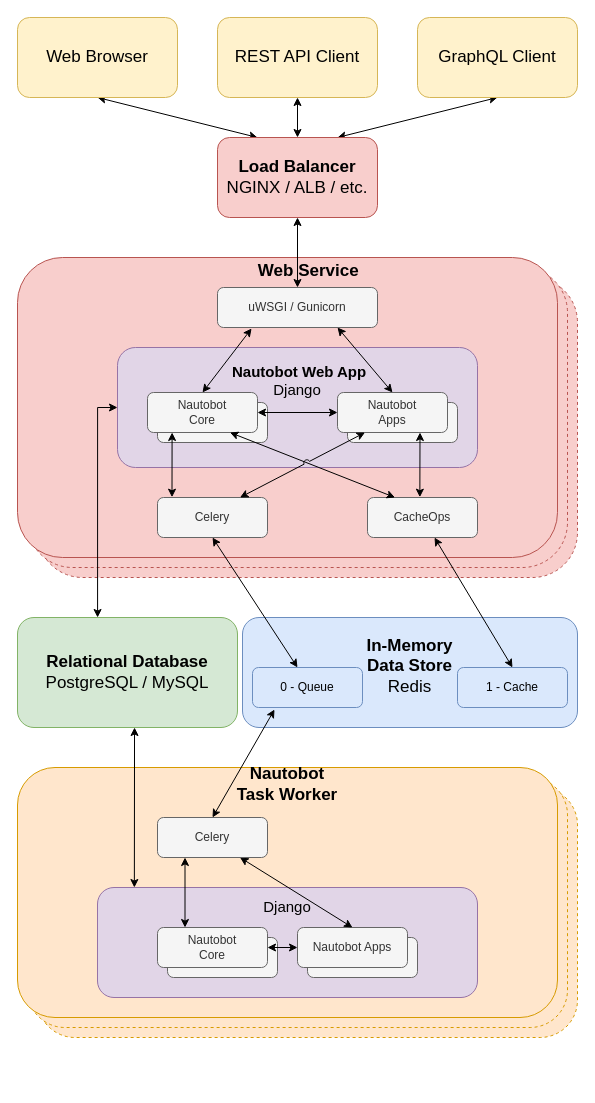
The draw.io diagram nautobot/docs/media/nautobot_application_stack_low_level.drawio in nautobot/nautobot, before the edit. Source tidied: cells renumbered, new cells numbered last; positions are measured from the earlier drawing's top-left corner, leaving out a move shared by most shapes. Both pictures are drawn from the tidied source at 100%, with x=0, y=0 at pixel (17, 17).
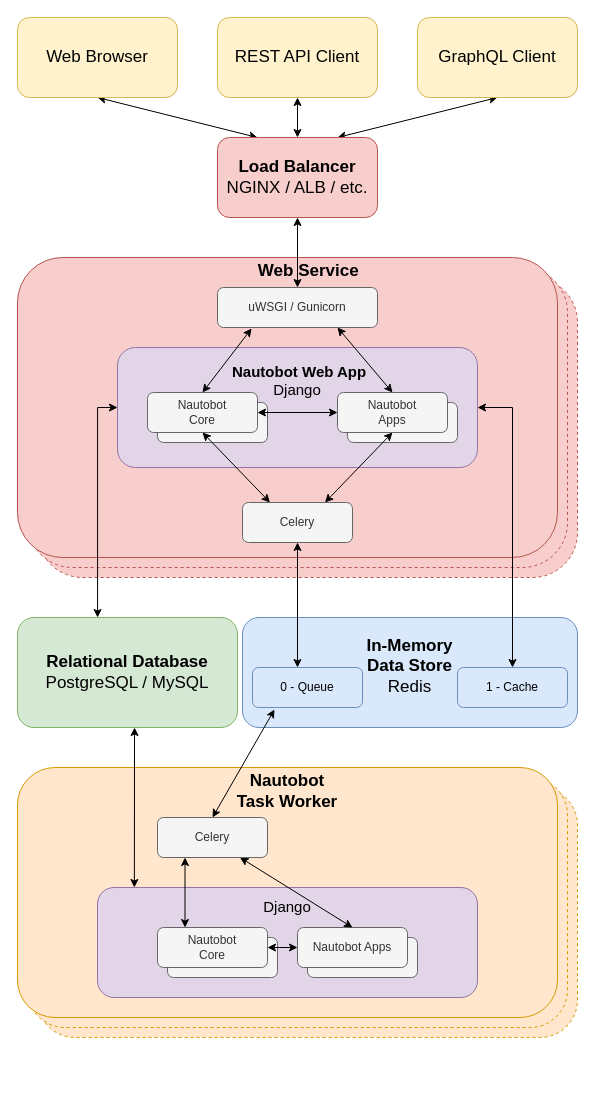
Above is the later version.

Commit message (it also covers changes not shown here):
Removed CacheOps reference from application stack diagram.

The change refers to these unchanged cells:
```xml
<mxCell id="5" value="&lt;font style=&quot;font-size: 15px&quot;&gt;&lt;b&gt;&amp;nbsp;Nautobot Web App&lt;/b&gt;&lt;br&gt;Django&lt;br&gt;&lt;br&gt;&lt;br&gt;&lt;br&gt;&lt;/font&gt;" style="rounded=1;whiteSpace=wrap;html=1;fillColor=#e1d5e7;strokeColor=#9673a6;" parent="1" vertex="1">
  <mxGeometry x="100" y="330" width="360" height="120" as="geometry" />
</mxCell>
<mxCell id="17" value="1 - Cache" style="rounded=1;whiteSpace=wrap;html=1;fillColor=#dae8fc;strokeColor=#6c8ebf;" parent="1" vertex="1">
  <mxGeometry x="440" y="650" width="110" height="40" as="geometry" />
</mxCell>
<mxCell id="23" value="Nautobot&lt;br&gt;Core" style="rounded=1;whiteSpace=wrap;html=1;fillColor=#f5f5f5;strokeColor=#666666;fontColor=#333333;" parent="1" vertex="1">
  <mxGeometry x="130" y="375" width="110" height="40" as="geometry" />
</mxCell>
<mxCell id="26" value="Nautobot&lt;br&gt;Apps" style="rounded=1;whiteSpace=wrap;html=1;fillColor=#f5f5f5;strokeColor=#666666;fontColor=#333333;" parent="1" vertex="1">
  <mxGeometry x="320" y="375" width="110" height="40" as="geometry" />
</mxCell>
```

Diff of the diagram source:
```diff
@@
     <mxCell id="18" value="Celery" style="rounded=1;whiteSpace=wrap;html=1;fillColor=#f5f5f5;strokeColor=#666666;fontColor=#333333;" parent="1" vertex="1">
-      <mxGeometry x="140" y="480" width="110" height="40" as="geometry" />
+      <mxGeometry x="225" y="485" width="110" height="40" as="geometry" />
     </mxCell>
-    <mxCell id="19" style="rounded=0;jettySize=auto;html=1;startArrow=classic;startFill=1;entryX=0.5;entryY=0;entryDx=0;entryDy=0;" parent="1" edge="1" source="20" target="17">
-      <mxGeometry relative="1" as="geometry" />
-    </mxCell>
-    <mxCell id="20" value="CacheOps" style="rounded=1;whiteSpace=wrap;html=1;fillColor=#f5f5f5;strokeColor=#666666;fontColor=#333333;" parent="1" vertex="1">
-      <mxGeometry x="350" y="480" width="110" height="40" as="geometry" />
-    </mxCell>
@@
-    <mxCell id="25" style="rounded=0;jettySize=auto;html=1;startArrow=classic;startFill=1;exitX=0.75;exitY=1;exitDx=0;exitDy=0;entryX=0.476;entryY=-0.008;entryDx=0;entryDy=0;entryPerimeter=0;" parent="1" edge="1" source="26" target="20">
-      <mxGeometry relative="1" as="geometry" />
-    </mxCell>
@@
-    <mxCell id="33" value="&lt;div&gt;&lt;b&gt;&lt;br&gt;&lt;/b&gt;&lt;/div&gt;&lt;div&gt;&lt;b&gt;&lt;br&gt;&lt;/b&gt;&lt;/div&gt;&lt;div&gt;&lt;b&gt;&lt;br&gt;&lt;/b&gt;&lt;/div&gt;&lt;div&gt;&lt;b&gt;&lt;br&gt;&lt;/b&gt;&lt;/div&gt;&lt;div&gt;&lt;b&gt;&lt;font style=&quot;font-size: 17px&quot;&gt;Nautobot&lt;/font&gt;&lt;/b&gt;&lt;/div&gt;&lt;div&gt;&lt;b&gt;&lt;font style=&quot;font-size: 17px&quot;&gt;Task Worker&lt;/font&gt;&lt;/b&gt;&lt;/div&gt;&lt;div&gt;&lt;b&gt;&lt;br&gt;&lt;/b&gt;&lt;/div&gt;&lt;div&gt;&lt;b&gt;&lt;br&gt;&lt;/b&gt;&lt;/div&gt;&lt;div&gt;&lt;b&gt;&lt;br&gt;&lt;/b&gt;&lt;/div&gt;&lt;div&gt;&lt;b&gt;&lt;br&gt;&lt;/b&gt;&lt;/div&gt;&lt;div&gt;&lt;b&gt;&lt;br&gt;&lt;/b&gt;&lt;/div&gt;&lt;div&gt;&lt;b&gt;&lt;br&gt;&lt;/b&gt;&lt;/div&gt;&lt;div&gt;&lt;b&gt;&lt;br&gt;&lt;/b&gt;&lt;/div&gt;&lt;div&gt;&lt;b&gt;&lt;br&gt;&lt;/b&gt;&lt;/div&gt;&lt;div&gt;&lt;b&gt;&lt;br&gt;&lt;/b&gt;&lt;/div&gt;&lt;div&gt;&lt;b&gt;&lt;br&gt;&lt;/b&gt;&lt;/div&gt;&lt;div&gt;&lt;b&gt;&lt;br&gt;&lt;/b&gt;&lt;/div&gt;&lt;div&gt;&lt;b&gt;&lt;br&gt;&lt;/b&gt;&lt;/div&gt;&lt;div&gt;&lt;b&gt;&lt;br&gt;&lt;/b&gt;&lt;/div&gt;&lt;div&gt;&lt;b&gt;&lt;br&gt;&lt;/b&gt;&lt;/div&gt;&lt;div&gt;&lt;b&gt;&lt;br&gt;&lt;/b&gt;&lt;/div&gt;&lt;div&gt;&lt;b&gt;&lt;br&gt;&lt;/b&gt;&lt;/div&gt;&lt;div&gt;&lt;b&gt;&lt;br&gt;&lt;/b&gt;&lt;/div&gt;&lt;div&gt;&lt;b&gt;&lt;br&gt;&lt;/b&gt;&lt;/div&gt;&lt;div&gt;&lt;br&gt;&lt;/div&gt;" style="rounded=1;whiteSpace=wrap;html=1;fillColor=#ffe6cc;strokeColor=#d79b00;" parent="1" vertex="1">
+    <mxCell id="33" value="&lt;div&gt;&lt;b&gt;&lt;br&gt;&lt;/b&gt;&lt;/div&gt;&lt;div&gt;&lt;b&gt;&lt;br&gt;&lt;/b&gt;&lt;/div&gt;&lt;div&gt;&lt;b&gt;&lt;br&gt;&lt;/b&gt;&lt;/div&gt;&lt;div&gt;&lt;b&gt;&lt;br&gt;&lt;/b&gt;&lt;/div&gt;&lt;div&gt;&lt;b&gt;&lt;br&gt;&lt;/b&gt;&lt;/div&gt;&lt;div&gt;&lt;b&gt;&lt;font style=&quot;font-size: 17px&quot;&gt;Nautobot&lt;/font&gt;&lt;/b&gt;&lt;/div&gt;&lt;div&gt;&lt;b&gt;&lt;font style=&quot;font-size: 17px&quot;&gt;Task Worker&lt;/font&gt;&lt;/b&gt;&lt;/div&gt;&lt;div&gt;&lt;b&gt;&lt;br&gt;&lt;/b&gt;&lt;/div&gt;&lt;div&gt;&lt;b&gt;&lt;br&gt;&lt;/b&gt;&lt;/div&gt;&lt;div&gt;&lt;b&gt;&lt;br&gt;&lt;/b&gt;&lt;/div&gt;&lt;div&gt;&lt;b&gt;&lt;br&gt;&lt;/b&gt;&lt;/div&gt;&lt;div&gt;&lt;b&gt;&lt;br&gt;&lt;/b&gt;&lt;/div&gt;&lt;div&gt;&lt;b&gt;&lt;br&gt;&lt;/b&gt;&lt;/div&gt;&lt;div&gt;&lt;b&gt;&lt;br&gt;&lt;/b&gt;&lt;/div&gt;&lt;div&gt;&lt;b&gt;&lt;br&gt;&lt;/b&gt;&lt;/div&gt;&lt;div&gt;&lt;b&gt;&lt;br&gt;&lt;/b&gt;&lt;/div&gt;&lt;div&gt;&lt;b&gt;&lt;br&gt;&lt;/b&gt;&lt;/div&gt;&lt;div&gt;&lt;b&gt;&lt;br&gt;&lt;/b&gt;&lt;/div&gt;&lt;div&gt;&lt;b&gt;&lt;br&gt;&lt;/b&gt;&lt;/div&gt;&lt;div&gt;&lt;b&gt;&lt;br&gt;&lt;/b&gt;&lt;/div&gt;&lt;div&gt;&lt;b&gt;&lt;br&gt;&lt;/b&gt;&lt;/div&gt;&lt;div&gt;&lt;b&gt;&lt;br&gt;&lt;/b&gt;&lt;/div&gt;&lt;div&gt;&lt;b&gt;&lt;br&gt;&lt;/b&gt;&lt;/div&gt;&lt;div&gt;&lt;b&gt;&lt;br&gt;&lt;/b&gt;&lt;/div&gt;&lt;div&gt;&lt;b&gt;&lt;br&gt;&lt;/b&gt;&lt;/div&gt;&lt;div&gt;&lt;br&gt;&lt;/div&gt;" style="rounded=1;whiteSpace=wrap;html=1;fillColor=#ffe6cc;strokeColor=#d79b00;" parent="1" vertex="1">
       <mxGeometry y="750" width="540" height="250" as="geometry" />
     </mxCell>
@@
-    <mxCell id="45" style="rounded=0;jettySize=auto;html=1;exitX=0.75;exitY=1;exitDx=0;exitDy=0;entryX=0.25;entryY=0;entryDx=0;entryDy=0;startArrow=classic;startFill=1;jumpStyle=arc;" parent="1" edge="1" source="23" target="20">
-      <mxGeometry relative="1" as="geometry" />
-    </mxCell>
-    <mxCell id="46" style="rounded=0;jettySize=auto;html=1;entryX=0.75;entryY=0;entryDx=0;entryDy=0;exitX=0.25;exitY=1;exitDx=0;exitDy=0;startArrow=classic;startFill=1;jumpStyle=arc;" parent="1" edge="1" source="26" target="18">
+    <mxCell id="46" style="rounded=0;jettySize=auto;html=1;entryX=0.75;entryY=0;entryDx=0;entryDy=0;exitX=0.5;exitY=1;exitDx=0;exitDy=0;startArrow=classic;startFill=1;jumpStyle=arc;" parent="1" edge="1" source="26" target="18">
       <mxGeometry relative="1" as="geometry" />
     </mxCell>
@@
-    <mxCell id="48" style="rounded=0;orthogonalLoop=1;jettySize=auto;html=1;startArrow=classic;startFill=1;exitX=0.75;exitY=1;exitDx=0;exitDy=0;entryX=0.476;entryY=-0.008;entryDx=0;entryDy=0;entryPerimeter=0;" parent="1" edge="1">
-      <mxGeometry relative="1" as="geometry">
-        <mxPoint x="154.6" y="415" as="sourcePoint" />
-        <mxPoint x="154.5" y="479.7" as="targetPoint" />
-      </mxGeometry>
+    <mxCell id="48" style="rounded=0;jettySize=auto;html=1;startArrow=classic;startFill=1;exitX=0.5;exitY=1;exitDx=0;exitDy=0;entryX=0.25;entryY=0;entryDx=0;entryDy=0;" parent="1" edge="1" source="23" target="18">
+      <mxGeometry relative="1" as="geometry" />
     </mxCell>
+    <mxCell id="49" style="rounded=0;jettySize=auto;html=1;startArrow=classic;startFill=1;edgeStyle=orthogonalEdgeStyle;entryX=0.5;entryY=0;entryDx=0;entryDy=0;" parent="1" edge="1" source="5" target="17">
+      <mxGeometry relative="1" as="geometry">
+        <Array as="points">
+          <mxPoint x="495" y="390" />
+        </Array>
+      </mxGeometry>
+    </mxCell>
```
